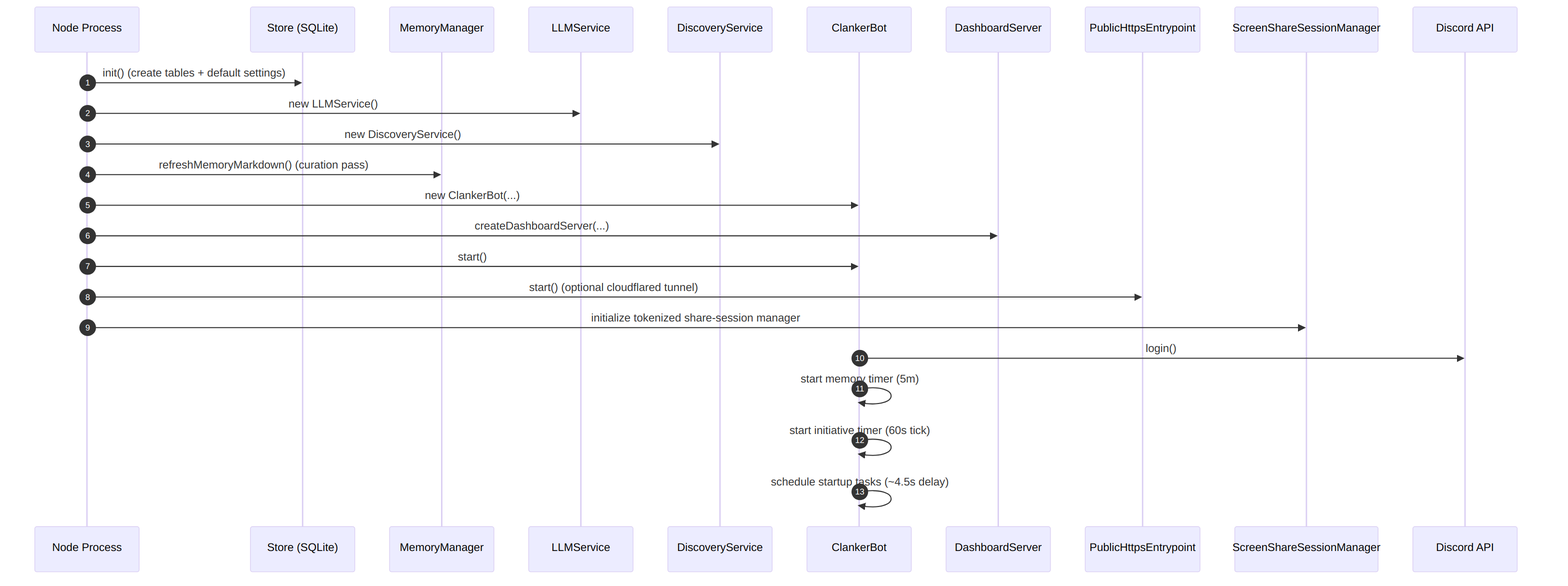
This is docs/diagrams/runtime-lifecycle.png from Volpestyle/clanker_conk, a Mermaid export, as it was before one commit. Its source is kept beside it as docs/diagrams/runtime-lifecycle.mmd.
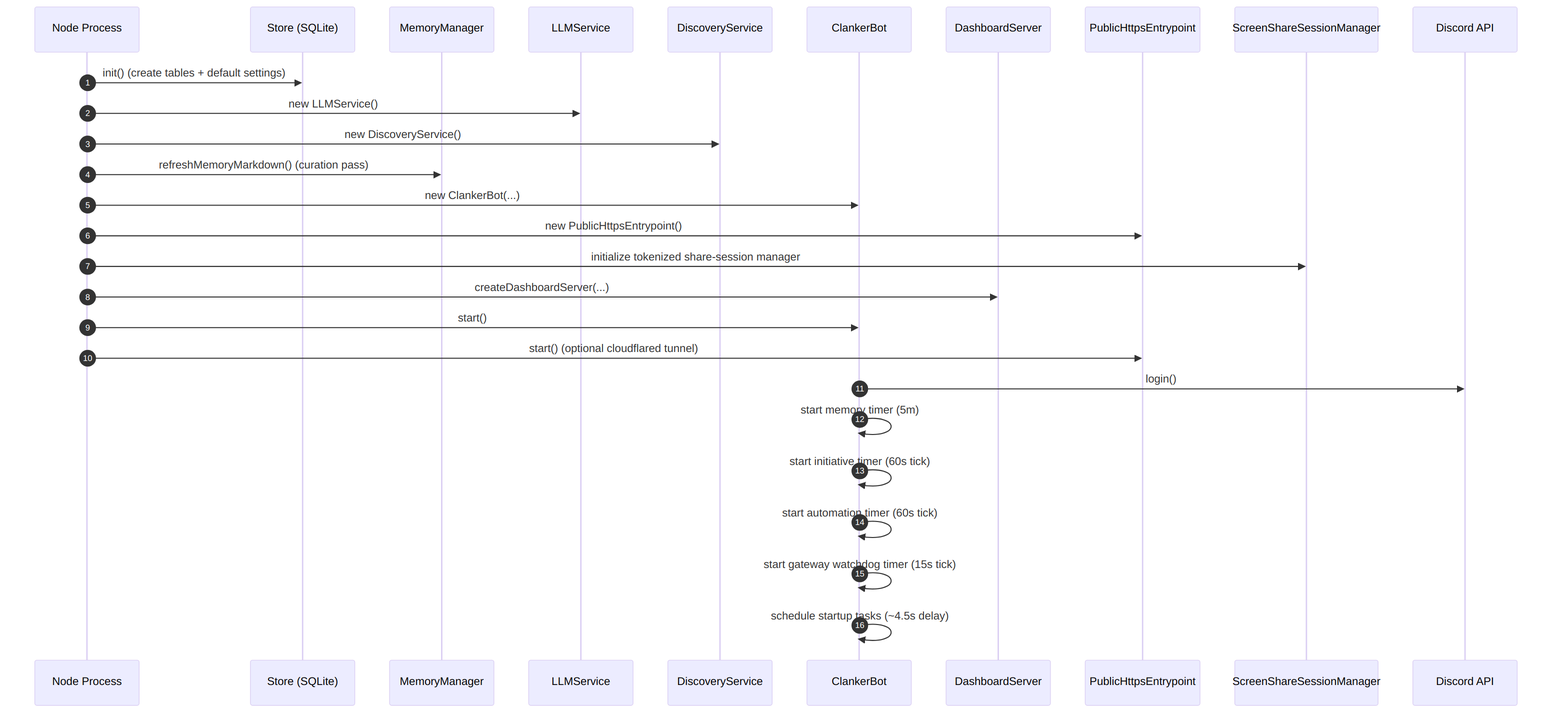
After the commit.

What changed in the source:
```diff
@@ -16,11 +16,14 @@
     Proc->>Disc: new DiscoveryService()
     Proc->>Memory: refreshMemoryMarkdown() (curation pass)
     Proc->>Bot: new ClankerBot(...)
+    Proc->>Pub: new PublicHttpsEntrypoint()
+    Proc->>Scr: initialize tokenized share-session manager
     Proc->>Dash: createDashboardServer(...)
     Proc->>Bot: start()
     Proc->>Pub: start() (optional cloudflared tunnel)
-    Proc->>Scr: initialize tokenized share-session manager
     Bot->>Discord: login()
     Bot->>Bot: start memory timer (5m)
     Bot->>Bot: start initiative timer (60s tick)
+    Bot->>Bot: start automation timer (60s tick)
+    Bot->>Bot: start gateway watchdog timer (15s tick)
     Bot->>Bot: schedule startup tasks (~4.5s delay)
```
